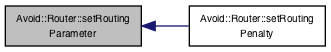
The Graphviz diagram documentation/classAvoid_1_1Router_a596cecf98ff1b40a8ee5c703e175ff62_icgraph.png in mjwybrow/adaptagrams, before a commit. Its source is kept beside it as documentation/classAvoid_1_1Router_a596cecf98ff1b40a8ee5c703e175ff62_icgraph.dot.
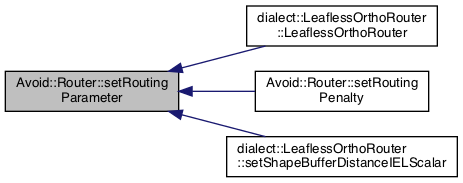
After the change.

What changed in the source:
```diff
@@ -3,7 +3,11 @@
   edge [fontname="Helvetica",fontsize="10",labelfontname="Helvetica",labelfontsize="10"];
   node [fontname="Helvetica",fontsize="10",shape=record];
   rankdir="LR";
-  Node153 [label="Avoid::Router::setRouting\lParameter",height=0.2,width=0.4,color="black", fillcolor="grey75", style="filled", fontcolor="black"];
-  Node153 -> Node154 [dir="back",color="midnightblue",fontsize="10",style="solid",fontname="Helvetica"];
-  Node154 [label="Avoid::Router::setRouting\lPenalty",height=0.2,width=0.4,color="black", fillcolor="white", style="filled",URL="$classAvoid_1_1Router.html#acbda0590ff3234faad409e2f39e1c9ec",tooltip="Sets or removes penalty values that are applied during connector routing. "];
+  Node83 [label="Avoid::Router::setRouting\lParameter",height=0.2,width=0.4,color="black", fillcolor="grey75", style="filled", fontcolor="black"];
+  Node83 -> Node84 [dir="back",color="midnightblue",fontsize="10",style="solid",fontname="Helvetica"];
+  Node84 [label="dialect::LeaflessOrthoRouter\l::LeaflessOrthoRouter",height=0.2,width=0.4,color="black", fillcolor="white", style="filled",URL="$classdialect_1_1LeaflessOrthoRouter.html#af679a8ea90e4f0ef30a22cb89afc4dbd",tooltip="Standard constructor. "];
+  Node83 -> Node85 [dir="back",color="midnightblue",fontsize="10",style="solid",fontname="Helvetica"];
+  Node85 [label="Avoid::Router::setRouting\lPenalty",height=0.2,width=0.4,color="black", fillcolor="white", style="filled",URL="$classAvoid_1_1Router.html#acbda0590ff3234faad409e2f39e1c9ec",tooltip="Sets or removes penalty values that are applied during connector routing. "];
+  Node83 -> Node86 [dir="back",color="midnightblue",fontsize="10",style="solid",fontname="Helvetica"];
+  Node86 [label="dialect::LeaflessOrthoRouter\l::setShapeBufferDistanceIELScalar",height=0.2,width=0.4,color="black", fillcolor="white", style="filled",URL="$classdialect_1_1LeaflessOrthoRouter.html#aa4bea8f0422449415ac393c344cd377a",tooltip="Set the Router&#39;s shapeBufferDistance parameter as a scalar multiple of the ideal edge length read fro..."];
 }
```
